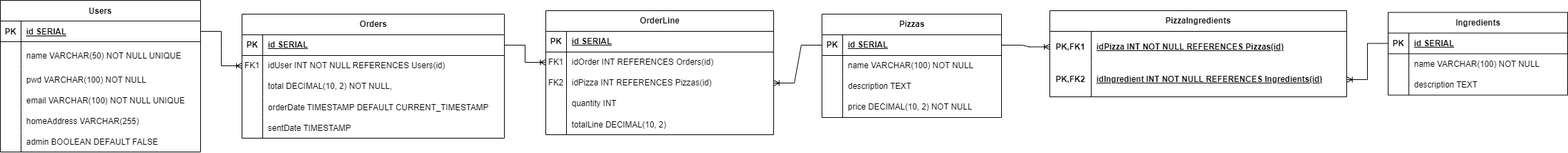
Before: src/bd_info/modelo_ER.drawio.png, a diagram exported from draw.io (guoruipan/pitsa-jaus). Source tidied: cells renumbered, new cells last; positions are measured from the earlier drawing's top-left corner, leaving out a move shared by most shapes.
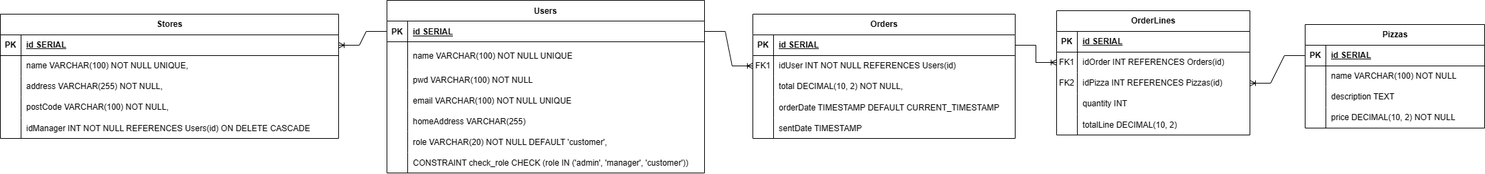
The same file after the commit.

Change to the diagram source:
```diff
@@ -3,7 +3,7 @@
     <mxCell id="0" />
     <mxCell id="1" parent="0" />
     <mxCell id="2" value="Pizzas" style="shape=table;startSize=30;rowLines=0;fontStyle=1;align=center;html=1;" parent="1" vertex="1">
-      <mxGeometry x="1190" y="20" width="260" height="150" as="geometry" />
+      <mxGeometry x="1040" y="35" width="260" height="150" as="geometry" />
     </mxCell>
     <mxCell id="3" style="shape=tableRow;horizontal=0;startSize=0;swimlaneHead=0;swimlaneBody=0;fillColor=none;points=[[0,0.5],[1,0.5]];portConstraint=eastwest;top=0;left=0;right=0;bottom=1;" parent="2" vertex="1">
       <mxGeometry y="30" width="260" height="30" as="geometry" />
@@ -42,115 +42,73 @@
       <mxGeometry x="30" width="230" height="30" as="geometry" />
     </mxCell>
     <mxCell id="15" value="Users" style="shape=table;startSize=30;rowLines=0;fontStyle=1;align=center;" parent="1" vertex="1">
-      <mxGeometry width="290" height="220" as="geometry" />
+      <mxGeometry x="-290" width="460" height="250" as="geometry" />
     </mxCell>
     <mxCell id="16" style="shape=partialRectangle;fillColor=none;points=[[0,0.5],[1,0.5]];portConstraint=eastwest;top=0;left=0;right=0;bottom=1;" parent="15" vertex="1">
-      <mxGeometry y="30" width="290" height="30" as="geometry" />
+      <mxGeometry y="30" width="460" height="30" as="geometry" />
     </mxCell>
     <mxCell id="17" value="PK" style="shape=partialRectangle;overflow=hidden;fillColor=none;top=0;left=0;bottom=0;right=0;fontStyle=1;" parent="16" vertex="1">
       <mxGeometry width="30" height="30" as="geometry" />
     </mxCell>
     <mxCell id="18" value="id SERIAL " style="shape=partialRectangle;overflow=hidden;fillColor=none;top=0;left=0;bottom=0;right=0;align=left;spacingLeft=6;fontStyle=5;" parent="16" vertex="1">
-      <mxGeometry x="30" width="260" height="30" as="geometry" />
+      <mxGeometry x="30" width="430" height="30" as="geometry" />
     </mxCell>
     <mxCell id="19" style="shape=partialRectangle;fillColor=none;top=0;left=0;right=0;bottom=0;" parent="15" vertex="1">
-      <mxGeometry y="60" width="290" height="40" as="geometry" />
+      <mxGeometry y="60" width="460" height="40" as="geometry" />
     </mxCell>
     <mxCell id="20" style="shape=partialRectangle;overflow=hidden;fillColor=none;top=0;left=0;bottom=0;right=0;" parent="19" vertex="1">
       <mxGeometry width="30" height="40" as="geometry" />
     </mxCell>
-    <mxCell id="21" value="name VARCHAR(50) NOT NULL UNIQUE" style="shape=partialRectangle;overflow=hidden;fillColor=none;top=0;left=0;bottom=0;right=0;align=left;spacingLeft=6;" parent="19" vertex="1">
-      <mxGeometry x="30" width="260" height="40" as="geometry" />
+    <mxCell id="21" value="name VARCHAR(100) NOT NULL UNIQUE" style="shape=partialRectangle;overflow=hidden;fillColor=none;top=0;left=0;bottom=0;right=0;align=left;spacingLeft=6;" parent="19" vertex="1">
+      <mxGeometry x="30" width="430" height="40" as="geometry" />
     </mxCell>
     <mxCell id="22" style="shape=tableRow;horizontal=0;startSize=0;swimlaneHead=0;swimlaneBody=0;fillColor=none;top=0;left=0;right=0;bottom=0;" parent="15" vertex="1">
-      <mxGeometry y="100" width="290" height="30" as="geometry" />
+      <mxGeometry y="100" width="460" height="30" as="geometry" />
     </mxCell>
     <mxCell id="23" style="shape=partialRectangle;fillColor=none;top=0;left=0;bottom=0;right=0;overflow=hidden;" parent="22" vertex="1">
       <mxGeometry width="30" height="30" as="geometry" />
     </mxCell>
     <mxCell id="24" value="pwd VARCHAR(100) NOT NULL" style="shape=partialRectangle;fillColor=none;top=0;left=0;bottom=0;right=0;align=left;spacingLeft=6;overflow=hidden;" parent="22" vertex="1">
-      <mxGeometry x="30" width="260" height="30" as="geometry" />
+      <mxGeometry x="30" width="430" height="30" as="geometry" />
     </mxCell>
     <mxCell id="25" style="shape=tableRow;horizontal=0;startSize=0;swimlaneHead=0;swimlaneBody=0;fillColor=none;top=0;left=0;right=0;bottom=0;" parent="15" vertex="1">
-      <mxGeometry y="130" width="290" height="30" as="geometry" />
+      <mxGeometry y="130" width="460" height="30" as="geometry" />
     </mxCell>
     <mxCell id="26" style="shape=partialRectangle;fillColor=none;top=0;left=0;bottom=0;right=0;overflow=hidden;" parent="25" vertex="1">
       <mxGeometry width="30" height="30" as="geometry" />
     </mxCell>
     <mxCell id="27" value="email VARCHAR(100) NOT NULL UNIQUE" style="shape=partialRectangle;fillColor=none;top=0;left=0;bottom=0;right=0;align=left;spacingLeft=6;overflow=hidden;" parent="25" vertex="1">
-      <mxGeometry x="30" width="260" height="30" as="geometry" />
+      <mxGeometry x="30" width="430" height="30" as="geometry" />
     </mxCell>
     <mxCell id="28" style="shape=tableRow;horizontal=0;startSize=0;swimlaneHead=0;swimlaneBody=0;fillColor=none;top=0;left=0;right=0;bottom=0;" parent="15" vertex="1">
-      <mxGeometry y="160" width="290" height="30" as="geometry" />
+      <mxGeometry y="160" width="460" height="30" as="geometry" />
     </mxCell>
     <mxCell id="29" style="shape=partialRectangle;fillColor=none;top=0;left=0;bottom=0;right=0;overflow=hidden;" parent="28" vertex="1">
       <mxGeometry width="30" height="30" as="geometry" />
     </mxCell>
     <mxCell id="30" value="homeAddress VARCHAR(255)" style="shape=partialRectangle;fillColor=none;top=0;left=0;bottom=0;right=0;align=left;spacingLeft=6;overflow=hidden;" parent="28" vertex="1">
-      <mxGeometry x="30" width="260" height="30" as="geometry" />
+      <mxGeometry x="30" width="430" height="30" as="geometry" />
     </mxCell>
     <mxCell id="31" style="shape=tableRow;horizontal=0;startSize=0;swimlaneHead=0;swimlaneBody=0;fillColor=none;top=0;left=0;right=0;bottom=0;" parent="15" vertex="1">
-      <mxGeometry y="190" width="290" height="30" as="geometry" />
+      <mxGeometry y="190" width="460" height="30" as="geometry" />
     </mxCell>
     <mxCell id="32" style="shape=partialRectangle;fillColor=none;top=0;left=0;bottom=0;right=0;overflow=hidden;" parent="31" vertex="1">
       <mxGeometry width="30" height="30" as="geometry" />
     </mxCell>
-    <mxCell id="33" value="admin BOOLEAN DEFAULT FALSE" style="shape=partialRectangle;fillColor=none;top=0;left=0;bottom=0;right=0;align=left;spacingLeft=6;overflow=hidden;" parent="31" vertex="1">
-      <mxGeometry x="30" width="260" height="30" as="geometry" />
+    <mxCell id="33" value="role VARCHAR(20) NOT NULL DEFAULT 'customer'," style="shape=partialRectangle;fillColor=none;top=0;left=0;bottom=0;right=0;align=left;spacingLeft=6;overflow=hidden;" parent="31" vertex="1">
+      <mxGeometry x="30" width="430" height="30" as="geometry" />
     </mxCell>
-    <mxCell id="34" value="Ingredients" style="shape=table;startSize=30;rowLines=0;fontStyle=1;align=center;html=1;" parent="1" vertex="1">
-      <mxGeometry x="2010" y="17.5" width="260" height="120" as="geometry" />
-    </mxCell>
-    <mxCell id="35" style="shape=tableRow;horizontal=0;startSize=0;swimlaneHead=0;swimlaneBody=0;fillColor=none;points=[[0,0.5],[1,0.5]];portConstraint=eastwest;top=0;left=0;right=0;bottom=1;" parent="34" vertex="1">
-      <mxGeometry y="30" width="260" height="30" as="geometry" />
-    </mxCell>
-    <mxCell id="36" value="PK" style="shape=partialRectangle;fillColor=none;top=0;left=0;bottom=0;right=0;fontStyle=1;overflow=hidden;whiteSpace=wrap;html=1;" parent="35" vertex="1">
-      <mxGeometry width="30" height="30" as="geometry" />
-    </mxCell>
-    <mxCell id="37" value="id SERIAL" style="shape=partialRectangle;fillColor=none;top=0;left=0;bottom=0;right=0;align=left;spacingLeft=6;fontStyle=5;overflow=hidden;whiteSpace=wrap;html=1;" parent="35" vertex="1">
-      <mxGeometry x="30" width="230" height="30" as="geometry" />
-    </mxCell>
-    <mxCell id="38" style="shape=tableRow;horizontal=0;startSize=0;swimlaneHead=0;swimlaneBody=0;fillColor=none;top=0;left=0;right=0;bottom=0;" parent="34" vertex="1">
-      <mxGeometry y="60" width="260" height="30" as="geometry" />
-    </mxCell>
-    <mxCell id="39" style="shape=partialRectangle;fillColor=none;top=0;left=0;bottom=0;right=0;overflow=hidden;whiteSpace=wrap;html=1;" parent="38" vertex="1">
-      <mxGeometry width="30" height="30" as="geometry" />
-    </mxCell>
-    <mxCell id="40" value="name VARCHAR(100) NOT NULL" style="shape=partialRectangle;fillColor=none;top=0;left=0;bottom=0;right=0;align=left;spacingLeft=6;overflow=hidden;whiteSpace=wrap;html=1;" parent="38" vertex="1">
-      <mxGeometry x="30" width="230" height="30" as="geometry" />
-    </mxCell>
-    <mxCell id="41" style="shape=tableRow;horizontal=0;startSize=0;swimlaneHead=0;swimlaneBody=0;fillColor=none;top=0;left=0;right=0;bottom=0;" parent="34" vertex="1">
-      <mxGeometry y="90" width="260" height="30" as="geometry" />
-    </mxCell>
-    <mxCell id="42" style="shape=partialRectangle;fillColor=none;top=0;left=0;bottom=0;right=0;overflow=hidden;whiteSpace=wrap;html=1;" parent="41" vertex="1">
-      <mxGeometry width="30" height="30" as="geometry" />
-    </mxCell>
-    <mxCell id="43" value="description TEXT" style="shape=partialRectangle;fillColor=none;top=0;left=0;bottom=0;right=0;align=left;spacingLeft=6;overflow=hidden;whiteSpace=wrap;html=1;" parent="41" vertex="1">
-      <mxGeometry x="30" width="230" height="30" as="geometry" />
-    </mxCell>
-    <mxCell id="44" value="PizzaIngredients" style="shape=table;startSize=30;rowLines=0;fontStyle=1;align=center;html=1;whiteSpace=wrap;" parent="1" vertex="1">
-      <mxGeometry x="1520" y="15" width="430" height="125" as="geometry" />
-    </mxCell>
-    <mxCell id="45" style="shape=tableRow;horizontal=0;startSize=0;swimlaneHead=0;swimlaneBody=0;fillColor=none;points=[[0,0.5],[1,0.5]];portConstraint=eastwest;top=0;left=0;right=0;bottom=0;html=1;" parent="44" vertex="1">
-      <mxGeometry y="30" width="430" height="45" as="geometry" />
-    </mxCell>
-    <mxCell id="46" value="PK,FK1" style="shape=partialRectangle;fillColor=none;top=0;left=0;bottom=0;right=0;fontStyle=1;overflow=hidden;html=1;whiteSpace=wrap;" parent="45" vertex="1">
-      <mxGeometry width="60" height="45" as="geometry" />
-    </mxCell>
-    <mxCell id="47" value="idPizza INT NOT NULL REFERENCES Pizzas(id)" style="shape=partialRectangle;fillColor=none;top=0;left=0;bottom=0;right=0;align=left;spacingLeft=6;fontStyle=5;overflow=hidden;html=1;whiteSpace=wrap;" parent="45" vertex="1">
-      <mxGeometry x="60" width="370" height="45" as="geometry" />
-    </mxCell>
-    <mxCell id="48" style="shape=tableRow;horizontal=0;startSize=0;swimlaneHead=0;swimlaneBody=0;fillColor=none;points=[[0,0.5],[1,0.5]];portConstraint=eastwest;top=0;left=0;right=0;bottom=1;html=1;" parent="44" vertex="1">
-      <mxGeometry y="75" width="430" height="50" as="geometry" />
-    </mxCell>
-    <mxCell id="49" value="PK,FK2" style="shape=partialRectangle;fillColor=none;top=0;left=0;bottom=0;right=0;fontStyle=1;overflow=hidden;html=1;whiteSpace=wrap;" parent="48" vertex="1">
-      <mxGeometry width="60" height="50" as="geometry" />
-    </mxCell>
-    <mxCell id="50" value="idIngredient INT NOT NULL REFERENCES Ingredients(id)" style="shape=partialRectangle;fillColor=none;top=0;left=0;bottom=0;right=0;align=left;spacingLeft=6;fontStyle=5;overflow=hidden;html=1;whiteSpace=wrap;" parent="48" vertex="1">
-      <mxGeometry x="60" width="370" height="50" as="geometry" />
-    </mxCell>
+    <mxCell id="88" style="shape=tableRow;horizontal=0;startSize=0;swimlaneHead=0;swimlaneBody=0;fillColor=none;top=0;left=0;right=0;bottom=0;" parent="15" vertex="1">
+      <mxGeometry y="220" width="460" height="30" as="geometry" />
+    </mxCell>
+    <mxCell id="89" style="shape=partialRectangle;fillColor=none;top=0;left=0;bottom=0;right=0;overflow=hidden;" parent="88" vertex="1">
+      <mxGeometry width="30" height="30" as="geometry" />
+    </mxCell>
+    <mxCell id="90" value="CONSTRAINT check_role CHECK (role IN ('admin', 'manager', 'customer'))" style="shape=partialRectangle;fillColor=none;top=0;left=0;bottom=0;right=0;align=left;spacingLeft=6;overflow=hidden;" parent="88" vertex="1">
+      <mxGeometry x="30" width="430" height="30" as="geometry" />
+    </mxCell>
     <mxCell id="51" value="Orders" style="shape=table;startSize=30;rowLines=0;fontStyle=1;align=center;html=1;" parent="1" vertex="1">
-      <mxGeometry x="350" y="20" width="380" height="180" as="geometry" />
+      <mxGeometry x="240" y="20" width="380" height="180" as="geometry" />
     </mxCell>
     <mxCell id="52" style="shape=tableRow;horizontal=0;startSize=0;swimlaneHead=0;swimlaneBody=0;fillColor=none;points=[[0,0.5],[1,0.5]];portConstraint=eastwest;top=0;left=0;right=0;bottom=1;" parent="51" vertex="1">
       <mxGeometry y="30" width="380" height="30" as="geometry" />
@@ -200,53 +158,53 @@
     <mxCell id="67" style="edgeStyle=entityRelationEdgeStyle;fontSize=12;html=1;endArrow=ERoneToMany;rounded=0;exitX=1;exitY=0.5;exitDx=0;exitDy=0;entryX=0;entryY=0.5;entryDx=0;entryDy=0;" parent="1" edge="1" source="16" target="55">
       <mxGeometry relative="1" as="geometry" />
     </mxCell>
-    <mxCell id="68" value="OrderLine" style="shape=table;startSize=30;rowLines=0;fontStyle=1;align=center;html=1;" parent="1" vertex="1">
-      <mxGeometry x="790" y="15" width="330" height="180" as="geometry" />
+    <mxCell id="68" value="OrderLines" style="shape=table;startSize=30;rowLines=0;fontStyle=1;align=center;html=1;" parent="1" vertex="1">
+      <mxGeometry x="680" y="15" width="280" height="180" as="geometry" />
     </mxCell>
     <mxCell id="69" style="shape=tableRow;horizontal=0;startSize=0;swimlaneHead=0;swimlaneBody=0;fillColor=none;top=0;left=0;right=0;bottom=1;" parent="68" vertex="1">
-      <mxGeometry y="30" width="330" height="30" as="geometry" />
+      <mxGeometry y="30" width="280" height="30" as="geometry" />
     </mxCell>
     <mxCell id="70" value="PK" style="shape=partialRectangle;fillColor=none;top=0;left=0;bottom=0;right=0;fontStyle=1;overflow=hidden;whiteSpace=wrap;html=1;" parent="69" vertex="1">
       <mxGeometry width="30" height="30" as="geometry" />
     </mxCell>
     <mxCell id="71" value="&lt;span style=&quot;text-wrap: nowrap;&quot;&gt;id SERIAL&lt;/span&gt;" style="shape=partialRectangle;fillColor=none;top=0;left=0;bottom=0;right=0;align=left;spacingLeft=6;fontStyle=5;overflow=hidden;whiteSpace=wrap;html=1;" parent="69" vertex="1">
-      <mxGeometry x="30" width="300" height="30" as="geometry" />
+      <mxGeometry x="30" width="250" height="30" as="geometry" />
     </mxCell>
     <mxCell id="72" style="shape=tableRow;horizontal=0;startSize=0;swimlaneHead=0;swimlaneBody=0;fillColor=none;points=[[0,0.5],[1,0.5]];portConstraint=eastwest;top=0;left=0;right=0;bottom=0;" parent="68" vertex="1">
-      <mxGeometry y="60" width="330" height="30" as="geometry" />
+      <mxGeometry y="60" width="280" height="30" as="geometry" />
     </mxCell>
     <mxCell id="73" value="FK1" style="shape=partialRectangle;fillColor=none;top=0;left=0;bottom=0;right=0;overflow=hidden;whiteSpace=wrap;html=1;" parent="72" vertex="1">
       <mxGeometry width="30" height="30" as="geometry" />
     </mxCell>
     <mxCell id="74" value="idOrder INT REFERENCES Orders(id)" style="shape=partialRectangle;fillColor=none;top=0;left=0;bottom=0;right=0;align=left;spacingLeft=6;overflow=hidden;whiteSpace=wrap;html=1;" parent="72" vertex="1">
-      <mxGeometry x="30" width="300" height="30" as="geometry" />
+      <mxGeometry x="30" width="250" height="30" as="geometry" />
     </mxCell>
     <mxCell id="75" style="shape=tableRow;horizontal=0;startSize=0;swimlaneHead=0;swimlaneBody=0;fillColor=none;points=[[0,0.5],[1,0.5]];portConstraint=eastwest;top=0;left=0;right=0;bottom=0;" parent="68" vertex="1">
-      <mxGeometry y="90" width="330" height="30" as="geometry" />
+      <mxGeometry y="90" width="280" height="30" as="geometry" />
     </mxCell>
     <mxCell id="76" value="FK2" style="shape=partialRectangle;fillColor=none;top=0;left=0;bottom=0;right=0;overflow=hidden;whiteSpace=wrap;html=1;" parent="75" vertex="1">
       <mxGeometry width="30" height="30" as="geometry" />
     </mxCell>
     <mxCell id="77" value="idPizza INT REFERENCES Pizzas(id)" style="shape=partialRectangle;fillColor=none;top=0;left=0;bottom=0;right=0;align=left;spacingLeft=6;overflow=hidden;whiteSpace=wrap;html=1;" parent="75" vertex="1">
-      <mxGeometry x="30" width="300" height="30" as="geometry" />
+      <mxGeometry x="30" width="250" height="30" as="geometry" />
     </mxCell>
     <mxCell id="78" style="shape=tableRow;horizontal=0;startSize=0;swimlaneHead=0;swimlaneBody=0;fillColor=none;top=0;left=0;right=0;bottom=0;" parent="68" vertex="1">
-      <mxGeometry y="120" width="330" height="30" as="geometry" />
+      <mxGeometry y="120" width="280" height="30" as="geometry" />
     </mxCell>
     <mxCell id="79" style="shape=partialRectangle;fillColor=none;top=0;left=0;bottom=0;right=0;overflow=hidden;whiteSpace=wrap;html=1;" parent="78" vertex="1">
       <mxGeometry width="30" height="30" as="geometry" />
     </mxCell>
     <mxCell id="80" value="quantity INT" style="shape=partialRectangle;fillColor=none;top=0;left=0;bottom=0;right=0;align=left;spacingLeft=6;overflow=hidden;whiteSpace=wrap;html=1;" parent="78" vertex="1">
-      <mxGeometry x="30" width="300" height="30" as="geometry" />
+      <mxGeometry x="30" width="250" height="30" as="geometry" />
     </mxCell>
     <mxCell id="81" style="shape=tableRow;horizontal=0;startSize=0;swimlaneHead=0;swimlaneBody=0;fillColor=none;top=0;left=0;right=0;bottom=0;" parent="68" vertex="1">
-      <mxGeometry y="150" width="330" height="30" as="geometry" />
+      <mxGeometry y="150" width="280" height="30" as="geometry" />
     </mxCell>
     <mxCell id="82" style="shape=partialRectangle;fillColor=none;top=0;left=0;bottom=0;right=0;overflow=hidden;" parent="81" vertex="1">
       <mxGeometry width="30" height="30" as="geometry" />
     </mxCell>
     <mxCell id="83" value="totalLine DECIMAL(10, 2)" style="shape=partialRectangle;fillColor=none;top=0;left=0;bottom=0;right=0;align=left;spacingLeft=6;overflow=hidden;" parent="81" vertex="1">
-      <mxGeometry x="30" width="300" height="30" as="geometry" />
+      <mxGeometry x="30" width="250" height="30" as="geometry" />
     </mxCell>
     <mxCell id="84" style="edgeStyle=entityRelationEdgeStyle;fontSize=12;html=1;endArrow=ERoneToMany;rounded=0;exitX=1;exitY=0.5;exitDx=0;exitDy=0;entryX=0;entryY=0.5;entryDx=0;entryDy=0;" parent="1" edge="1" source="52" target="72">
       <mxGeometry relative="1" as="geometry" />
@@ -254,11 +212,60 @@
     <mxCell id="85" style="edgeStyle=entityRelationEdgeStyle;fontSize=12;html=1;endArrow=ERoneToMany;rounded=0;exitX=0;exitY=0.5;exitDx=0;exitDy=0;" parent="1" edge="1" source="3" target="75">
       <mxGeometry relative="1" as="geometry" />
     </mxCell>
-    <mxCell id="86" style="edgeStyle=entityRelationEdgeStyle;fontSize=12;html=1;endArrow=ERoneToMany;rounded=0;exitX=1;exitY=0.5;exitDx=0;exitDy=0;entryX=0;entryY=0.5;entryDx=0;entryDy=0;" parent="1" edge="1" source="3" target="45">
-      <mxGeometry relative="1" as="geometry" />
-    </mxCell>
-    <mxCell id="87" style="edgeStyle=entityRelationEdgeStyle;fontSize=12;html=1;endArrow=ERoneToMany;rounded=0;exitX=0;exitY=0.5;exitDx=0;exitDy=0;entryX=1;entryY=0.5;entryDx=0;entryDy=0;" parent="1" edge="1" source="35" target="48">
-      <mxGeometry relative="1" as="geometry" />
-    </mxCell>
+    <mxCell id="91" value="Stores" style="shape=table;startSize=30;rowLines=0;fontStyle=1;align=center;html=1;" parent="1" vertex="1">
+      <mxGeometry x="-850" y="20" width="490" height="180" as="geometry" />
+    </mxCell>
+    <mxCell id="92" style="shape=tableRow;horizontal=0;startSize=0;swimlaneHead=0;swimlaneBody=0;fillColor=none;points=[[0,0.5],[1,0.5]];portConstraint=eastwest;top=0;left=0;right=0;bottom=1;" parent="91" vertex="1">
+      <mxGeometry y="30" width="490" height="30" as="geometry" />
+    </mxCell>
+    <mxCell id="36" value="PK" style="shape=partialRectangle;fillColor=none;top=0;left=0;bottom=0;right=0;fontStyle=1;overflow=hidden;whiteSpace=wrap;html=1;" parent="92" vertex="1">
+      <mxGeometry width="30" height="30" as="geometry" />
+    </mxCell>
+    <mxCell id="37" value="id SERIAL" style="shape=partialRectangle;fillColor=none;top=0;left=0;bottom=0;right=0;align=left;spacingLeft=6;fontStyle=5;overflow=hidden;whiteSpace=wrap;html=1;" parent="92" vertex="1">
+      <mxGeometry x="30" width="460" height="30" as="geometry" />
+    </mxCell>
+    <mxCell id="93" style="shape=tableRow;horizontal=0;startSize=0;swimlaneHead=0;swimlaneBody=0;fillColor=none;top=0;left=0;right=0;bottom=0;" parent="91" vertex="1">
+      <mxGeometry y="60" width="490" height="30" as="geometry" />
+    </mxCell>
+    <mxCell id="94" style="shape=partialRectangle;fillColor=none;top=0;left=0;bottom=0;right=0;overflow=hidden;whiteSpace=wrap;html=1;" parent="93" vertex="1">
+      <mxGeometry width="30" height="30" as="geometry" />
+    </mxCell>
+    <mxCell id="95" value="name VARCHAR(100) NOT NULL UNIQUE," style="shape=partialRectangle;fillColor=none;top=0;left=0;bottom=0;right=0;align=left;spacingLeft=6;overflow=hidden;whiteSpace=wrap;html=1;" parent="93" vertex="1">
+      <mxGeometry x="30" width="460" height="30" as="geometry" />
+    </mxCell>
+    <mxCell id="96" style="shape=tableRow;horizontal=0;startSize=0;swimlaneHead=0;swimlaneBody=0;fillColor=none;top=0;left=0;right=0;bottom=0;" parent="91" vertex="1">
+      <mxGeometry y="90" width="490" height="30" as="geometry" />
+    </mxCell>
+    <mxCell id="97" style="shape=partialRectangle;fillColor=none;top=0;left=0;bottom=0;right=0;overflow=hidden;whiteSpace=wrap;html=1;" parent="96" vertex="1">
+      <mxGeometry width="30" height="30" as="geometry" />
+    </mxCell>
+    <mxCell id="98" value="address VARCHAR(255) NOT NULL," style="shape=partialRectangle;fillColor=none;top=0;left=0;bottom=0;right=0;align=left;spacingLeft=6;overflow=hidden;whiteSpace=wrap;html=1;" parent="96" vertex="1">
+      <mxGeometry x="30" width="460" height="30" as="geometry" />
+    </mxCell>
+    <mxCell id="99" style="shape=tableRow;horizontal=0;startSize=0;swimlaneHead=0;swimlaneBody=0;fillColor=none;top=0;left=0;right=0;bottom=0;" parent="91" vertex="1">
+      <mxGeometry y="120" width="490" height="30" as="geometry" />
+    </mxCell>
+    <mxCell id="100" style="shape=partialRectangle;fillColor=none;top=0;left=0;bottom=0;right=0;overflow=hidden;whiteSpace=wrap;html=1;" parent="99" vertex="1">
+      <mxGeometry width="30" height="30" as="geometry" />
+    </mxCell>
+    <mxCell id="101" value="postCode VARCHAR(100) NOT NULL," style="shape=partialRectangle;fillColor=none;top=0;left=0;bottom=0;right=0;align=left;spacingLeft=6;overflow=hidden;whiteSpace=wrap;html=1;" parent="99" vertex="1">
+      <mxGeometry x="30" width="460" height="30" as="geometry" />
+    </mxCell>
+    <mxCell id="102" style="shape=tableRow;horizontal=0;startSize=0;swimlaneHead=0;swimlaneBody=0;fillColor=none;top=0;left=0;right=0;bottom=0;" parent="91" vertex="1">
+      <mxGeometry y="150" width="490" height="30" as="geometry" />
+    </mxCell>
+    <mxCell id="103" style="shape=partialRectangle;fillColor=none;top=0;left=0;bottom=0;right=0;overflow=hidden;" parent="102" vertex="1">
+      <mxGeometry width="30" height="30" as="geometry" />
+    </mxCell>
+    <mxCell id="104" value="idManager INT NOT NULL REFERENCES Users(id) ON DELETE CASCADE" style="shape=partialRectangle;fillColor=none;top=0;left=0;bottom=0;right=0;align=left;spacingLeft=6;overflow=hidden;" parent="102" vertex="1">
+      <mxGeometry x="30" width="460" height="30" as="geometry" />
+    </mxCell>
+    <mxCell id="105" style="edgeStyle=entityRelationEdgeStyle;fontSize=12;html=1;endArrow=ERoneToMany;rounded=0;exitX=0;exitY=0.5;exitDx=0;exitDy=0;entryX=1;entryY=0.5;entryDx=0;entryDy=0;" parent="1" edge="1" source="16" target="92">
+      <mxGeometry relative="1" as="geometry">
+        <Array as="points">
+          <mxPoint x="-310" y="290" />
+        </Array>
+      </mxGeometry>
+    </mxCell>
   </root>
 </mxGraphModel>
```
